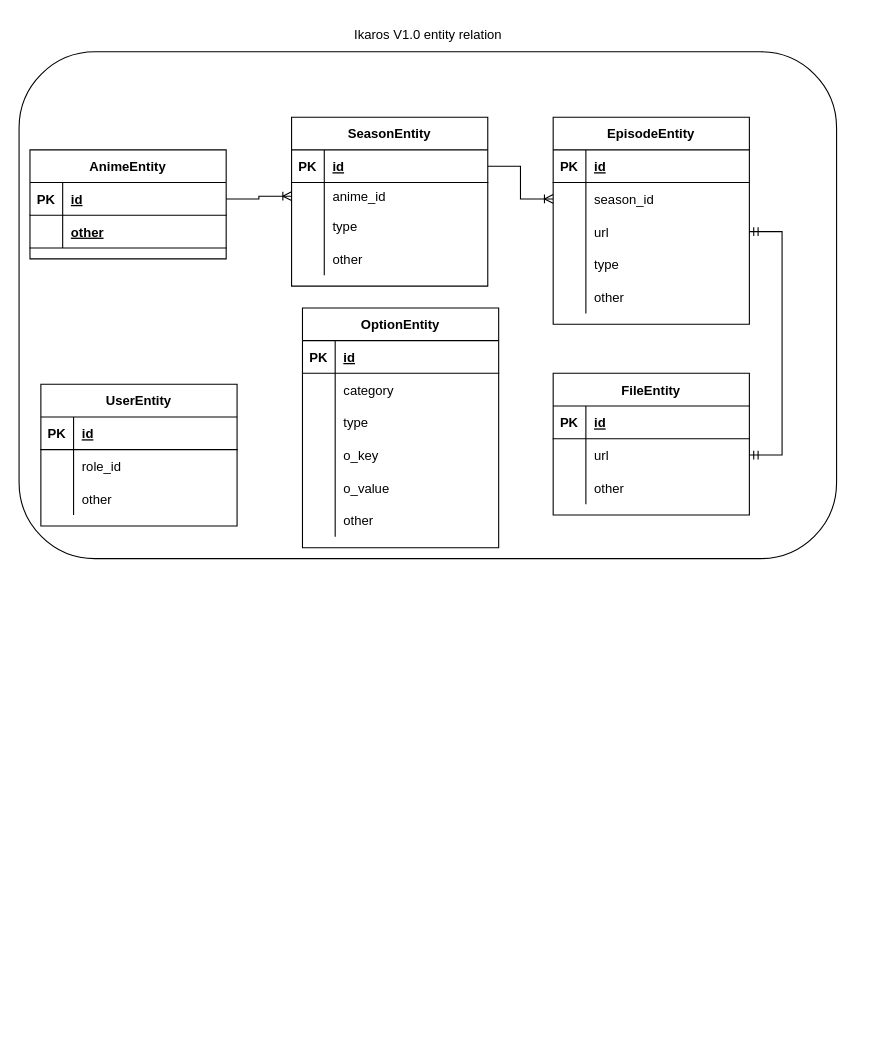
Above: page "实体关系" (2 of 3) of docs/design/Design4Version1.0.0.drawio in ikaros-dev/ikaros (draw.io), before the change. Source tidied: cells renumbered, new cells numbered last; positions are measured from the earlier drawing's top-left corner, leaving out a move shared by most shapes. Both pictures are drawn from the tidied source at 109%, with x=0, y=0 at pixel (19, 19).
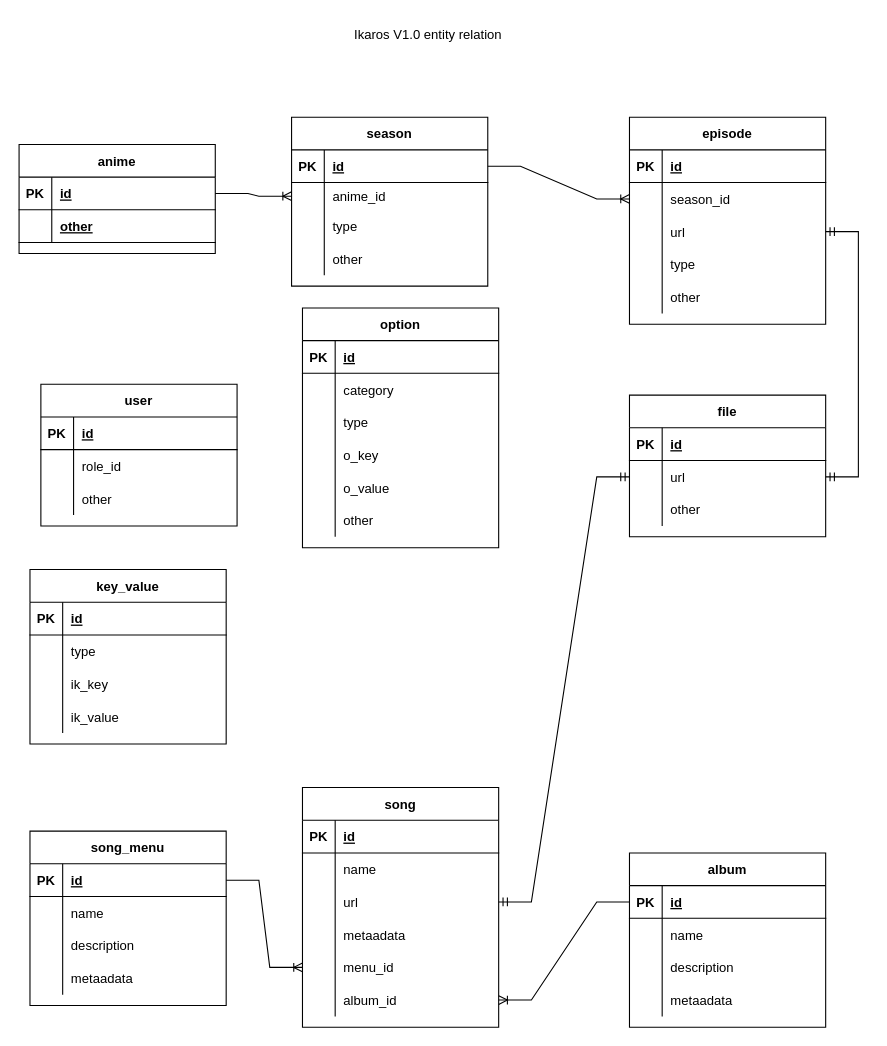
The same diagram, later.

The change refers to these unchanged cells:
```xml
<mxCell id="30" style="shape=tableRow;horizontal=0;startSize=0;swimlaneHead=0;swimlaneBody=0;fillColor=none;points=[[0,0.5],[1,0.5]];portConstraint=eastwest;top=0;left=0;right=0;bottom=0;" parent="23" vertex="1">
  <mxGeometry y="90" width="180" height="30" as="geometry" />
</mxCell>
<mxCell id="43" style="shape=tableRow;horizontal=0;startSize=0;swimlaneHead=0;swimlaneBody=0;fillColor=none;points=[[0,0.5],[1,0.5]];portConstraint=eastwest;top=0;left=0;right=0;bottom=0;" parent="39" vertex="1">
  <mxGeometry y="60" width="180" height="30" as="geometry" />
</mxCell>
```

Diff of the diagram source:
```diff
@@
-    <mxCell id="2" style="rounded=1;whiteSpace=wrap;html=1;" parent="1" vertex="1">
-      <mxGeometry y="30" width="750" height="465" as="geometry" />
-    </mxCell>
-    <mxCell id="3" value="AnimeEntity" style="shape=table;startSize=30;childLayout=tableLayout;rowLines=0;fontStyle=1;align=center;" parent="1" vertex="1">
-      <mxGeometry x="10" y="120" width="180" height="100" as="geometry" />
+    <mxCell id="3" value="anime" style="shape=table;startSize=30;childLayout=tableLayout;rowLines=0;fontStyle=1;align=center;" parent="1" vertex="1">
+      <mxGeometry y="115" width="180" height="100" as="geometry" />
     </mxCell>
@@
-    <mxCell id="10" value="SeasonEntity" style="shape=table;startSize=30;childLayout=tableLayout;rowLines=0;fontStyle=1;align=center;" parent="1" vertex="1">
+    <mxCell id="10" value="season" style="shape=table;startSize=30;childLayout=tableLayout;rowLines=0;fontStyle=1;align=center;" parent="1" vertex="1">
       <mxGeometry x="250" y="90" width="180" height="155" as="geometry" />
     </mxCell>
@@
-    <mxCell id="23" value="EpisodeEntity" style="shape=table;startSize=30;childLayout=tableLayout;rowLines=0;fontStyle=1;align=center;" parent="1" vertex="1">
-      <mxGeometry x="490" y="90" width="180" height="190" as="geometry" />
+    <mxCell id="23" value="episode" style="shape=table;startSize=30;childLayout=tableLayout;rowLines=0;fontStyle=1;align=center;" parent="1" vertex="1">
+      <mxGeometry x="560" y="90" width="180" height="190" as="geometry" />
     </mxCell>
@@
-    <mxCell id="39" value="FileEntity" style="shape=table;startSize=30;childLayout=tableLayout;rowLines=0;fontStyle=1;align=center;" parent="1" vertex="1">
-      <mxGeometry x="490" y="325" width="180" height="130" as="geometry" />
+    <mxCell id="39" value="file" style="shape=table;startSize=30;childLayout=tableLayout;rowLines=0;fontStyle=1;align=center;" parent="1" vertex="1">
+      <mxGeometry x="560" y="345" width="180" height="130" as="geometry" />
     </mxCell>
@@
-    <mxCell id="51" value="UserEntity" style="shape=table;startSize=30;childLayout=tableLayout;rowLines=0;fontStyle=1;align=center;" parent="1" vertex="1">
+    <mxCell id="51" value="user" style="shape=table;startSize=30;childLayout=tableLayout;rowLines=0;fontStyle=1;align=center;" parent="1" vertex="1">
       <mxGeometry x="20" y="335" width="180" height="130" as="geometry" />
     </mxCell>
@@
-    <mxCell id="61" style="edgeStyle=entityRelationEdgeStyle;fontSize=12;html=1;endArrow=ERmandOne;startArrow=ERmandOne;rounded=0;entryX=1;entryY=0.5;entryDx=0;entryDy=0;exitX=1;exitY=0.5;exitDx=0;exitDy=0;" parent="1" edge="1" source="30" target="43">
+    <mxCell id="61" style="edgeStyle=entityRelationEdgeStyle;fontSize=12;html=1;endArrow=ERmandOne;startArrow=ERmandOne;rounded=0;exitX=1;exitY=0.5;exitDx=0;exitDy=0;entryX=1;entryY=0.5;entryDx=0;entryDy=0;" parent="1" edge="1" source="30" target="43">
       <mxGeometry relative="1" as="geometry" />
     </mxCell>
@@
-    <mxCell id="63" value="OptionEntity" style="shape=table;startSize=30;childLayout=tableLayout;rowLines=0;fontStyle=1;align=center;" parent="1" vertex="1">
+    <mxCell id="63" value="option" style="shape=table;startSize=30;childLayout=tableLayout;rowLines=0;fontStyle=1;align=center;" parent="1" vertex="1">
       <mxGeometry x="260" y="265" width="180" height="220" as="geometry" />
     </mxCell>
@@
+    <mxCell id="82" value="song" style="shape=table;startSize=30;childLayout=tableLayout;rowLines=0;fontStyle=1;align=center;" parent="1" vertex="1">
+      <mxGeometry x="260" y="705" width="180" height="220" as="geometry" />
+    </mxCell>
+    <mxCell id="83" style="shape=tableRow;horizontal=0;startSize=0;swimlaneHead=0;swimlaneBody=0;fillColor=none;top=0;left=0;right=0;bottom=1;" parent="82" vertex="1">
+      <mxGeometry y="30" width="180" height="30" as="geometry" />
+    </mxCell>
+    <mxCell id="84" value="PK" style="shape=partialRectangle;fillColor=none;top=0;left=0;bottom=0;right=0;fontStyle=1;overflow=hidden;" parent="83" vertex="1">
+      <mxGeometry width="30" height="30" as="geometry" />
+    </mxCell>
+    <mxCell id="85" value="id" style="shape=partialRectangle;fillColor=none;top=0;left=0;bottom=0;right=0;align=left;spacingLeft=6;fontStyle=5;overflow=hidden;" parent="83" vertex="1">
+      <mxGeometry x="30" width="150" height="30" as="geometry" />
+    </mxCell>
+    <mxCell id="86" style="shape=tableRow;horizontal=0;startSize=0;swimlaneHead=0;swimlaneBody=0;fillColor=none;top=0;left=0;right=0;bottom=0;" parent="82" vertex="1">
+      <mxGeometry y="60" width="180" height="30" as="geometry" />
+    </mxCell>
+    <mxCell id="87" style="shape=partialRectangle;fillColor=none;top=0;left=0;bottom=0;right=0;overflow=hidden;" parent="86" vertex="1">
+      <mxGeometry width="30" height="30" as="geometry" />
+    </mxCell>
+    <mxCell id="88" value="name" style="shape=partialRectangle;fillColor=none;top=0;left=0;bottom=0;right=0;align=left;spacingLeft=6;overflow=hidden;" parent="86" vertex="1">
+      <mxGeometry x="30" width="150" height="30" as="geometry" />
+    </mxCell>
+    <mxCell id="89" style="shape=tableRow;horizontal=0;startSize=0;swimlaneHead=0;swimlaneBody=0;fillColor=none;points=[[0,0.5],[1,0.5]];portConstraint=eastwest;top=0;left=0;right=0;bottom=0;" parent="82" vertex="1">
+      <mxGeometry y="90" width="180" height="30" as="geometry" />
+    </mxCell>
+    <mxCell id="90" style="shape=partialRectangle;fillColor=none;top=0;left=0;bottom=0;right=0;overflow=hidden;" parent="89" vertex="1">
+      <mxGeometry width="30" height="30" as="geometry" />
+    </mxCell>
+    <mxCell id="91" value="url" style="shape=partialRectangle;fillColor=none;top=0;left=0;bottom=0;right=0;align=left;spacingLeft=6;overflow=hidden;" parent="89" vertex="1">
+      <mxGeometry x="30" width="150" height="30" as="geometry" />
+    </mxCell>
+    <mxCell id="92" style="shape=tableRow;horizontal=0;startSize=0;swimlaneHead=0;swimlaneBody=0;fillColor=none;top=0;left=0;right=0;bottom=0;" parent="82" vertex="1">
+      <mxGeometry y="120" width="180" height="30" as="geometry" />
+    </mxCell>
+    <mxCell id="93" style="shape=partialRectangle;fillColor=none;top=0;left=0;bottom=0;right=0;overflow=hidden;" parent="92" vertex="1">
+      <mxGeometry width="30" height="30" as="geometry" />
+    </mxCell>
+    <mxCell id="94" value="metaadata" style="shape=partialRectangle;fillColor=none;top=0;left=0;bottom=0;right=0;align=left;spacingLeft=6;overflow=hidden;" parent="92" vertex="1">
+      <mxGeometry x="30" width="150" height="30" as="geometry" />
+    </mxCell>
+    <mxCell id="95" style="shape=tableRow;horizontal=0;startSize=0;swimlaneHead=0;swimlaneBody=0;fillColor=none;points=[[0,0.5],[1,0.5]];portConstraint=eastwest;top=0;left=0;right=0;bottom=0;" parent="82" vertex="1">
+      <mxGeometry y="150" width="180" height="30" as="geometry" />
+    </mxCell>
+    <mxCell id="96" style="shape=partialRectangle;fillColor=none;top=0;left=0;bottom=0;right=0;overflow=hidden;" parent="95" vertex="1">
+      <mxGeometry width="30" height="30" as="geometry" />
+    </mxCell>
+    <mxCell id="97" value="menu_id" style="shape=partialRectangle;fillColor=none;top=0;left=0;bottom=0;right=0;align=left;spacingLeft=6;overflow=hidden;" parent="95" vertex="1">
+      <mxGeometry x="30" width="150" height="30" as="geometry" />
+    </mxCell>
+    <mxCell id="98" style="shape=tableRow;horizontal=0;startSize=0;swimlaneHead=0;swimlaneBody=0;fillColor=none;points=[[0,0.5],[1,0.5]];portConstraint=eastwest;top=0;left=0;right=0;bottom=0;" parent="82" vertex="1">
+      <mxGeometry y="180" width="180" height="30" as="geometry" />
+    </mxCell>
+    <mxCell id="99" style="shape=partialRectangle;fillColor=none;top=0;left=0;bottom=0;right=0;overflow=hidden;" parent="98" vertex="1">
+      <mxGeometry width="30" height="30" as="geometry" />
+    </mxCell>
+    <mxCell id="100" value="album_id" style="shape=partialRectangle;fillColor=none;top=0;left=0;bottom=0;right=0;align=left;spacingLeft=6;overflow=hidden;" parent="98" vertex="1">
+      <mxGeometry x="30" width="150" height="30" as="geometry" />
+    </mxCell>
+    <mxCell id="101" value="key_value" style="shape=table;startSize=30;childLayout=tableLayout;rowLines=0;fontStyle=1;align=center;" parent="1" vertex="1">
+      <mxGeometry x="10" y="505" width="180" height="160" as="geometry" />
+    </mxCell>
+    <mxCell id="102" style="shape=tableRow;horizontal=0;startSize=0;swimlaneHead=0;swimlaneBody=0;fillColor=none;top=0;left=0;right=0;bottom=1;" parent="101" vertex="1">
+      <mxGeometry y="30" width="180" height="30" as="geometry" />
+    </mxCell>
+    <mxCell id="103" value="PK" style="shape=partialRectangle;fillColor=none;top=0;left=0;bottom=0;right=0;fontStyle=1;overflow=hidden;" parent="102" vertex="1">
+      <mxGeometry width="30" height="30" as="geometry" />
+    </mxCell>
+    <mxCell id="104" value="id" style="shape=partialRectangle;fillColor=none;top=0;left=0;bottom=0;right=0;align=left;spacingLeft=6;fontStyle=5;overflow=hidden;" parent="102" vertex="1">
+      <mxGeometry x="30" width="150" height="30" as="geometry" />
+    </mxCell>
+    <mxCell id="105" style="shape=tableRow;horizontal=0;startSize=0;swimlaneHead=0;swimlaneBody=0;fillColor=none;top=0;left=0;right=0;bottom=0;" parent="101" vertex="1">
+      <mxGeometry y="60" width="180" height="30" as="geometry" />
+    </mxCell>
+    <mxCell id="106" style="shape=partialRectangle;fillColor=none;top=0;left=0;bottom=0;right=0;overflow=hidden;" parent="105" vertex="1">
+      <mxGeometry width="30" height="30" as="geometry" />
+    </mxCell>
+    <mxCell id="107" value="type" style="shape=partialRectangle;fillColor=none;top=0;left=0;bottom=0;right=0;align=left;spacingLeft=6;overflow=hidden;" parent="105" vertex="1">
+      <mxGeometry x="30" width="150" height="30" as="geometry" />
+    </mxCell>
+    <mxCell id="108" style="shape=tableRow;horizontal=0;startSize=0;swimlaneHead=0;swimlaneBody=0;fillColor=none;top=0;left=0;right=0;bottom=0;" parent="101" vertex="1">
+      <mxGeometry y="90" width="180" height="30" as="geometry" />
+    </mxCell>
+    <mxCell id="109" style="shape=partialRectangle;fillColor=none;top=0;left=0;bottom=0;right=0;overflow=hidden;" parent="108" vertex="1">
+      <mxGeometry width="30" height="30" as="geometry" />
+    </mxCell>
+    <mxCell id="110" value="ik_key" style="shape=partialRectangle;fillColor=none;top=0;left=0;bottom=0;right=0;align=left;spacingLeft=6;overflow=hidden;" parent="108" vertex="1">
+      <mxGeometry x="30" width="150" height="30" as="geometry" />
+    </mxCell>
+    <mxCell id="111" style="shape=tableRow;horizontal=0;startSize=0;swimlaneHead=0;swimlaneBody=0;fillColor=none;top=0;left=0;right=0;bottom=0;" parent="101" vertex="1">
+      <mxGeometry y="120" width="180" height="30" as="geometry" />
+    </mxCell>
+    <mxCell id="112" style="shape=partialRectangle;fillColor=none;top=0;left=0;bottom=0;right=0;overflow=hidden;" parent="111" vertex="1">
+      <mxGeometry width="30" height="30" as="geometry" />
+    </mxCell>
+    <mxCell id="113" value="ik_value" style="shape=partialRectangle;fillColor=none;top=0;left=0;bottom=0;right=0;align=left;spacingLeft=6;overflow=hidden;" parent="111" vertex="1">
+      <mxGeometry x="30" width="150" height="30" as="geometry" />
+    </mxCell>
+    <mxCell id="114" value="album" style="shape=table;startSize=30;childLayout=tableLayout;rowLines=0;fontStyle=1;align=center;" parent="1" vertex="1">
+      <mxGeometry x="560" y="765" width="180" height="160" as="geometry" />
+    </mxCell>
+    <mxCell id="115" style="shape=tableRow;horizontal=0;startSize=0;swimlaneHead=0;swimlaneBody=0;fillColor=none;points=[[0,0.5],[1,0.5]];portConstraint=eastwest;top=0;left=0;right=0;bottom=1;" parent="114" vertex="1">
+      <mxGeometry y="30" width="180" height="30" as="geometry" />
+    </mxCell>
+    <mxCell id="116" value="PK" style="shape=partialRectangle;fillColor=none;top=0;left=0;bottom=0;right=0;fontStyle=1;overflow=hidden;" parent="115" vertex="1">
+      <mxGeometry width="30" height="30" as="geometry" />
+    </mxCell>
+    <mxCell id="117" value="id" style="shape=partialRectangle;fillColor=none;top=0;left=0;bottom=0;right=0;align=left;spacingLeft=6;fontStyle=5;overflow=hidden;" parent="115" vertex="1">
+      <mxGeometry x="30" width="150" height="30" as="geometry" />
+    </mxCell>
+    <mxCell id="118" style="shape=tableRow;horizontal=0;startSize=0;swimlaneHead=0;swimlaneBody=0;fillColor=none;top=0;left=0;right=0;bottom=0;" parent="114" vertex="1">
+      <mxGeometry y="60" width="180" height="30" as="geometry" />
+    </mxCell>
+    <mxCell id="119" style="shape=partialRectangle;fillColor=none;top=0;left=0;bottom=0;right=0;overflow=hidden;" parent="118" vertex="1">
+      <mxGeometry width="30" height="30" as="geometry" />
+    </mxCell>
+    <mxCell id="120" value="name" style="shape=partialRectangle;fillColor=none;top=0;left=0;bottom=0;right=0;align=left;spacingLeft=6;overflow=hidden;" parent="118" vertex="1">
+      <mxGeometry x="30" width="150" height="30" as="geometry" />
+    </mxCell>
+    <mxCell id="121" style="shape=tableRow;horizontal=0;startSize=0;swimlaneHead=0;swimlaneBody=0;fillColor=none;top=0;left=0;right=0;bottom=0;" parent="114" vertex="1">
+      <mxGeometry y="90" width="180" height="30" as="geometry" />
+    </mxCell>
+    <mxCell id="122" style="shape=partialRectangle;fillColor=none;top=0;left=0;bottom=0;right=0;overflow=hidden;" parent="121" vertex="1">
+      <mxGeometry width="30" height="30" as="geometry" />
+    </mxCell>
+    <mxCell id="123" value="description" style="shape=partialRectangle;fillColor=none;top=0;left=0;bottom=0;right=0;align=left;spacingLeft=6;overflow=hidden;" parent="121" vertex="1">
+      <mxGeometry x="30" width="150" height="30" as="geometry" />
+    </mxCell>
+    <mxCell id="124" style="shape=tableRow;horizontal=0;startSize=0;swimlaneHead=0;swimlaneBody=0;fillColor=none;top=0;left=0;right=0;bottom=0;" parent="114" vertex="1">
+      <mxGeometry y="120" width="180" height="30" as="geometry" />
+    </mxCell>
+    <mxCell id="125" style="shape=partialRectangle;fillColor=none;top=0;left=0;bottom=0;right=0;overflow=hidden;" parent="124" vertex="1">
+      <mxGeometry width="30" height="30" as="geometry" />
+    </mxCell>
+    <mxCell id="126" value="metaadata" style="shape=partialRectangle;fillColor=none;top=0;left=0;bottom=0;right=0;align=left;spacingLeft=6;overflow=hidden;" parent="124" vertex="1">
+      <mxGeometry x="30" width="150" height="30" as="geometry" />
+    </mxCell>
+    <mxCell id="127" value="song_menu" style="shape=table;startSize=30;childLayout=tableLayout;rowLines=0;fontStyle=1;align=center;" parent="1" vertex="1">
+      <mxGeometry x="10" y="745" width="180" height="160" as="geometry" />
+    </mxCell>
+    <mxCell id="128" style="shape=tableRow;horizontal=0;startSize=0;swimlaneHead=0;swimlaneBody=0;fillColor=none;points=[[0,0.5],[1,0.5]];portConstraint=eastwest;top=0;left=0;right=0;bottom=1;" parent="127" vertex="1">
+      <mxGeometry y="30" width="180" height="30" as="geometry" />
+    </mxCell>
+    <mxCell id="129" value="PK" style="shape=partialRectangle;fillColor=none;top=0;left=0;bottom=0;right=0;fontStyle=1;overflow=hidden;" parent="128" vertex="1">
+      <mxGeometry width="30" height="30" as="geometry" />
+    </mxCell>
+    <mxCell id="130" value="id" style="shape=partialRectangle;fillColor=none;top=0;left=0;bottom=0;right=0;align=left;spacingLeft=6;fontStyle=5;overflow=hidden;" parent="128" vertex="1">
+      <mxGeometry x="30" width="150" height="30" as="geometry" />
+    </mxCell>
+    <mxCell id="131" style="shape=tableRow;horizontal=0;startSize=0;swimlaneHead=0;swimlaneBody=0;fillColor=none;top=0;left=0;right=0;bottom=0;" parent="127" vertex="1">
+      <mxGeometry y="60" width="180" height="30" as="geometry" />
+    </mxCell>
+    <mxCell id="132" style="shape=partialRectangle;fillColor=none;top=0;left=0;bottom=0;right=0;overflow=hidden;" parent="131" vertex="1">
+      <mxGeometry width="30" height="30" as="geometry" />
+    </mxCell>
+    <mxCell id="133" value="name" style="shape=partialRectangle;fillColor=none;top=0;left=0;bottom=0;right=0;align=left;spacingLeft=6;overflow=hidden;" parent="131" vertex="1">
+      <mxGeometry x="30" width="150" height="30" as="geometry" />
+    </mxCell>
+    <mxCell id="134" style="shape=tableRow;horizontal=0;startSize=0;swimlaneHead=0;swimlaneBody=0;fillColor=none;top=0;left=0;right=0;bottom=0;" parent="127" vertex="1">
+      <mxGeometry y="90" width="180" height="30" as="geometry" />
+    </mxCell>
+    <mxCell id="135" style="shape=partialRectangle;fillColor=none;top=0;left=0;bottom=0;right=0;overflow=hidden;" parent="134" vertex="1">
+      <mxGeometry width="30" height="30" as="geometry" />
+    </mxCell>
+    <mxCell id="136" value="description" style="shape=partialRectangle;fillColor=none;top=0;left=0;bottom=0;right=0;align=left;spacingLeft=6;overflow=hidden;" parent="134" vertex="1">
+      <mxGeometry x="30" width="150" height="30" as="geometry" />
+    </mxCell>
+    <mxCell id="137" style="shape=tableRow;horizontal=0;startSize=0;swimlaneHead=0;swimlaneBody=0;fillColor=none;top=0;left=0;right=0;bottom=0;" parent="127" vertex="1">
+      <mxGeometry y="120" width="180" height="30" as="geometry" />
+    </mxCell>
+    <mxCell id="138" style="shape=partialRectangle;fillColor=none;top=0;left=0;bottom=0;right=0;overflow=hidden;" parent="137" vertex="1">
+      <mxGeometry width="30" height="30" as="geometry" />
+    </mxCell>
+    <mxCell id="139" value="metaadata" style="shape=partialRectangle;fillColor=none;top=0;left=0;bottom=0;right=0;align=left;spacingLeft=6;overflow=hidden;" parent="137" vertex="1">
+      <mxGeometry x="30" width="150" height="30" as="geometry" />
+    </mxCell>
+    <mxCell id="140" style="edgeStyle=entityRelationEdgeStyle;fontSize=12;html=1;endArrow=ERoneToMany;rounded=0;entryX=1;entryY=0.5;entryDx=0;entryDy=0;exitX=0;exitY=0.5;exitDx=0;exitDy=0;" parent="1" edge="1" source="115" target="98">
+      <mxGeometry relative="1" as="geometry" />
+    </mxCell>
+    <mxCell id="141" style="edgeStyle=entityRelationEdgeStyle;fontSize=12;html=1;endArrow=ERoneToMany;rounded=0;entryX=0;entryY=0.5;entryDx=0;entryDy=0;exitX=1;exitY=0.5;exitDx=0;exitDy=0;" parent="1" edge="1" source="128" target="95">
+      <mxGeometry relative="1" as="geometry" />
+    </mxCell>
+    <mxCell id="142" style="edgeStyle=entityRelationEdgeStyle;fontSize=12;html=1;endArrow=ERmandOne;startArrow=ERmandOne;rounded=0;entryX=0;entryY=0.5;entryDx=0;entryDy=0;exitX=1;exitY=0.5;exitDx=0;exitDy=0;" parent="1" edge="1" source="89" target="43">
+      <mxGeometry relative="1" as="geometry" />
+    </mxCell>
```
